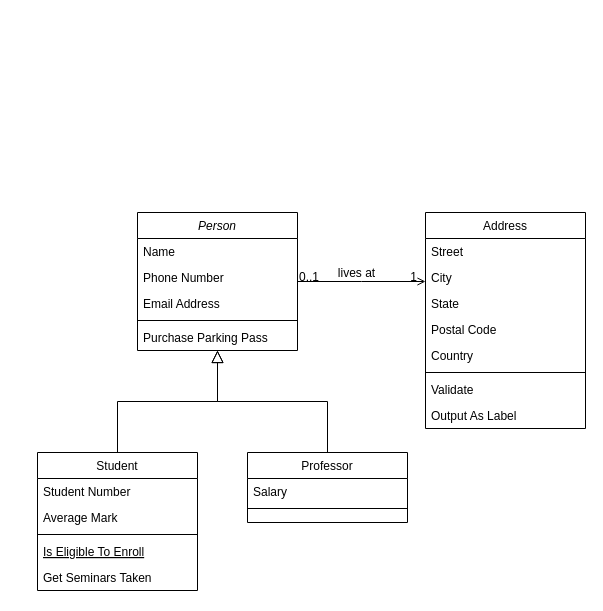
Above: ClassDiagram.drawio in Academia-TAE/JavaExercises (draw.io), before the change. Source tidied: cells renumbered, new cells numbered last; positions are measured from the earlier drawing's top-left corner, leaving out a move shared by most shapes. Both pictures are drawn from the tidied source at 100%, with x=0, y=0 at pixel (37, 212).
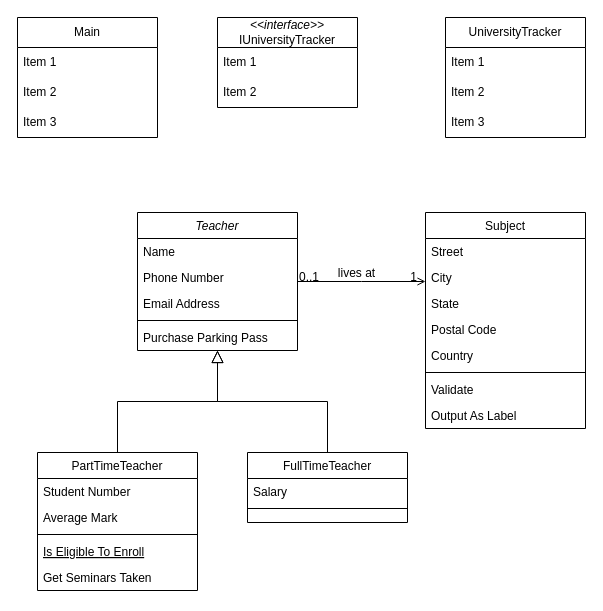
The same diagram, later.

The edit, as a diff of the source:
```diff
@@
-    <mxCell id="2" value="Person" style="swimlane;fontStyle=2;align=center;verticalAlign=top;horizontal=1;startSize=26;rounded=0;shadow=0;strokeWidth=1;" parent="1" vertex="1">
+    <mxCell id="2" value="Teacher" style="swimlane;fontStyle=2;align=center;verticalAlign=top;horizontal=1;startSize=26;rounded=0;shadow=0;strokeWidth=1;" parent="1" vertex="1">
       <mxGeometry x="100" width="160" height="138" as="geometry" />
     </mxCell>
@@
-    <mxCell id="8" value="Student" style="swimlane;fontStyle=0;align=center;verticalAlign=top;horizontal=1;startSize=26;rounded=0;shadow=0;strokeWidth=1;" parent="1" vertex="1">
+    <mxCell id="8" value="PartTimeTeacher" style="swimlane;fontStyle=0;align=center;verticalAlign=top;horizontal=1;startSize=26;rounded=0;shadow=0;strokeWidth=1;" parent="1" vertex="1">
       <mxGeometry y="240" width="160" height="138" as="geometry" />
     </mxCell>
@@
-    <mxCell id="15" value="Professor" style="swimlane;fontStyle=0;align=center;verticalAlign=top;horizontal=1;startSize=26;rounded=0;shadow=0;strokeWidth=1;" parent="1" vertex="1">
+    <mxCell id="15" value="FullTimeTeacher" style="swimlane;fontStyle=0;align=center;verticalAlign=top;horizontal=1;startSize=26;rounded=0;shadow=0;strokeWidth=1;" parent="1" vertex="1">
       <mxGeometry x="210" y="240" width="160" height="70" as="geometry" />
     </mxCell>
@@
-    <mxCell id="19" value="Address" style="swimlane;fontStyle=0;align=center;verticalAlign=top;horizontal=1;startSize=26;rounded=0;shadow=0;strokeWidth=1;" parent="1" vertex="1">
+    <mxCell id="19" value="Subject" style="swimlane;fontStyle=0;align=center;verticalAlign=top;horizontal=1;startSize=26;rounded=0;shadow=0;strokeWidth=1;" parent="1" vertex="1">
       <mxGeometry x="388" width="160" height="216" as="geometry" />
     </mxCell>
@@
+    <mxCell id="32" value="&lt;i&gt;&amp;lt;&amp;lt;interface&amp;gt;&amp;gt;&lt;/i&gt;&lt;br&gt;IUniversityTracker" style="swimlane;fontStyle=0;horizontal=1;startSize=30;whiteSpace=wrap;html=1;" parent="1" vertex="1">
+      <mxGeometry x="180" y="-195" width="140" height="90" as="geometry" />
+    </mxCell>
+    <mxCell id="33" value="Item 1" style="text;strokeColor=none;fillColor=none;align=left;verticalAlign=middle;spacingLeft=4;spacingRight=4;overflow=hidden;whiteSpace=wrap;html=1;" parent="32" vertex="1">
+      <mxGeometry y="30" width="140" height="30" as="geometry" />
+    </mxCell>
+    <mxCell id="34" value="Item 2" style="text;strokeColor=none;fillColor=none;align=left;verticalAlign=middle;spacingLeft=4;spacingRight=4;overflow=hidden;whiteSpace=wrap;html=1;" parent="32" vertex="1">
+      <mxGeometry y="60" width="140" height="30" as="geometry" />
+    </mxCell>
+    <mxCell id="35" value="UniversityTracker" style="swimlane;fontStyle=0;horizontal=1;startSize=30;whiteSpace=wrap;html=1;" parent="1" vertex="1">
+      <mxGeometry x="408" y="-195" width="140" height="120" as="geometry" />
+    </mxCell>
+    <mxCell id="36" value="Item 1" style="text;strokeColor=none;fillColor=none;align=left;verticalAlign=middle;spacingLeft=4;spacingRight=4;overflow=hidden;whiteSpace=wrap;html=1;" parent="35" vertex="1">
+      <mxGeometry y="30" width="140" height="30" as="geometry" />
+    </mxCell>
+    <mxCell id="37" value="Item 2" style="text;strokeColor=none;fillColor=none;align=left;verticalAlign=middle;spacingLeft=4;spacingRight=4;overflow=hidden;whiteSpace=wrap;html=1;" parent="35" vertex="1">
+      <mxGeometry y="60" width="140" height="30" as="geometry" />
+    </mxCell>
+    <mxCell id="38" value="Item 3" style="text;strokeColor=none;fillColor=none;align=left;verticalAlign=middle;spacingLeft=4;spacingRight=4;overflow=hidden;whiteSpace=wrap;html=1;" parent="35" vertex="1">
+      <mxGeometry y="90" width="140" height="30" as="geometry" />
+    </mxCell>
+    <mxCell id="39" value="Main" style="swimlane;fontStyle=0;horizontal=1;startSize=30;whiteSpace=wrap;html=1;" parent="1" vertex="1">
+      <mxGeometry x="-20" y="-195" width="140" height="120" as="geometry" />
+    </mxCell>
+    <mxCell id="40" value="Item 1" style="text;strokeColor=none;fillColor=none;align=left;verticalAlign=middle;spacingLeft=4;spacingRight=4;overflow=hidden;whiteSpace=wrap;html=1;" parent="39" vertex="1">
+      <mxGeometry y="30" width="140" height="30" as="geometry" />
+    </mxCell>
+    <mxCell id="41" value="Item 2" style="text;strokeColor=none;fillColor=none;align=left;verticalAlign=middle;spacingLeft=4;spacingRight=4;overflow=hidden;whiteSpace=wrap;html=1;" parent="39" vertex="1">
+      <mxGeometry y="60" width="140" height="30" as="geometry" />
+    </mxCell>
+    <mxCell id="42" value="Item 3" style="text;strokeColor=none;fillColor=none;align=left;verticalAlign=middle;spacingLeft=4;spacingRight=4;overflow=hidden;whiteSpace=wrap;html=1;" parent="39" vertex="1">
+      <mxGeometry y="90" width="140" height="30" as="geometry" />
+    </mxCell>
```
